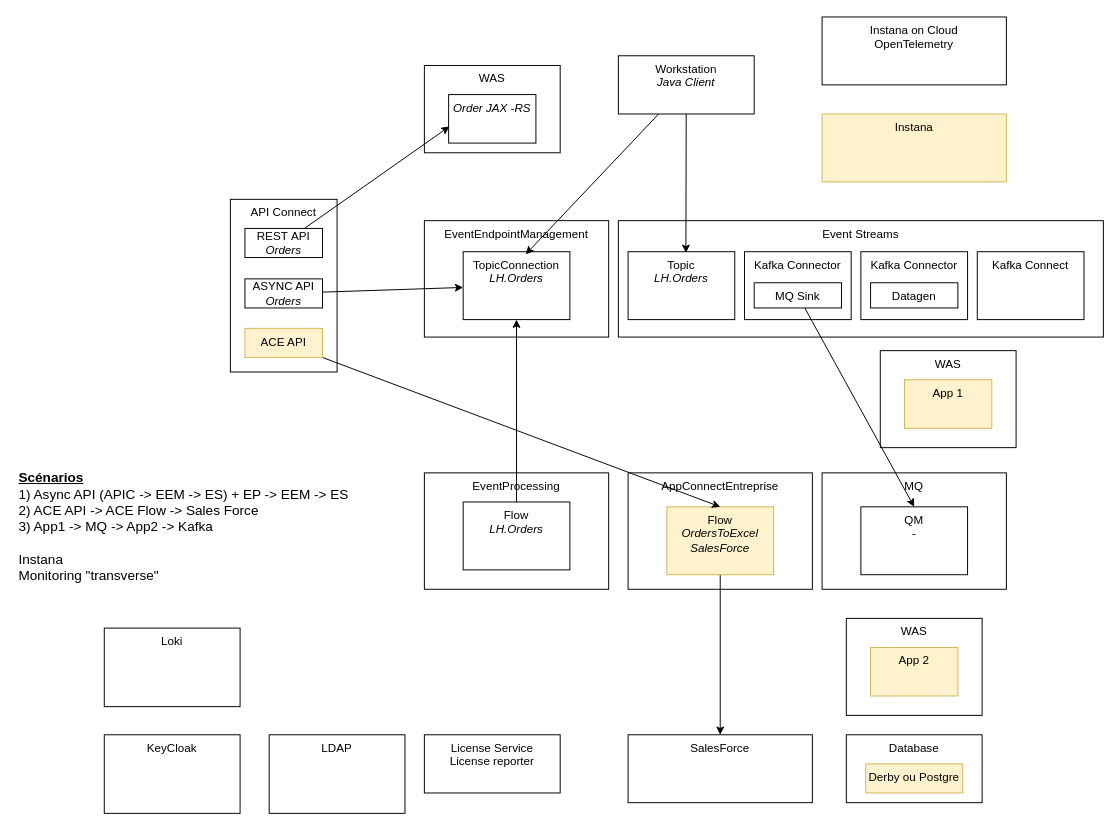
ADesprets/cp4i-install keeps this draw.io diagram as page "Architecture" (4 of 8) of doc/design.drawio. Above is the earlier version. Source tidied: cells renumbered, new cells numbered last; positions are measured from the earlier drawing's top-left corner, leaving out a move shared by most shapes. Both pictures are drawn from the tidied source at 97%, with x=0, y=0 at pixel (16, 16).
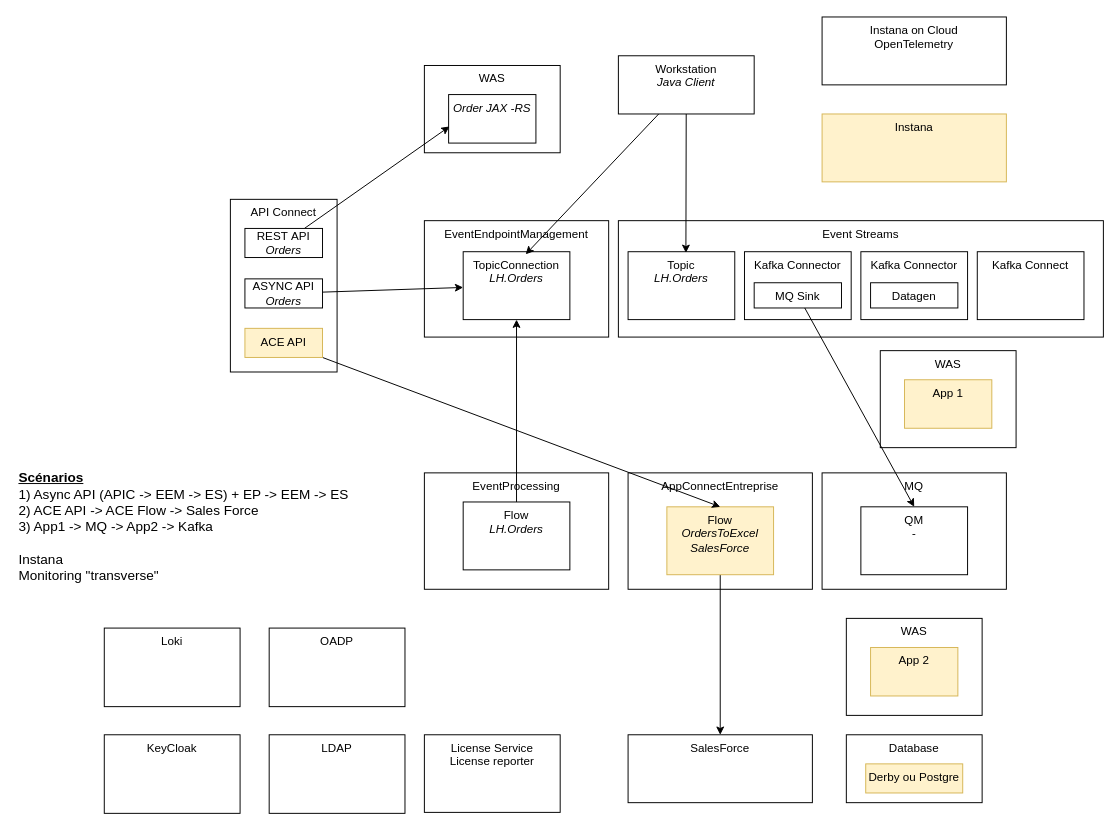
Above is the later version.

What changed in the source:
```diff
@@
     <mxCell id="37" value="License Service&lt;div&gt;&lt;div&gt;License reporter&lt;/div&gt;&lt;/div&gt;" style="rounded=0;whiteSpace=wrap;html=1;verticalAlign=top;" parent="1" vertex="1">
-      <mxGeometry x="420" y="740" width="140" height="60" as="geometry" />
+      <mxGeometry x="420" y="740" width="140" height="80" as="geometry" />
     </mxCell>
@@
+    <mxCell id="46" value="OADP" style="rounded=0;whiteSpace=wrap;html=1;verticalAlign=top;" parent="1" vertex="1">
+      <mxGeometry x="260" y="630" width="140" height="81" as="geometry" />
+    </mxCell>
```
